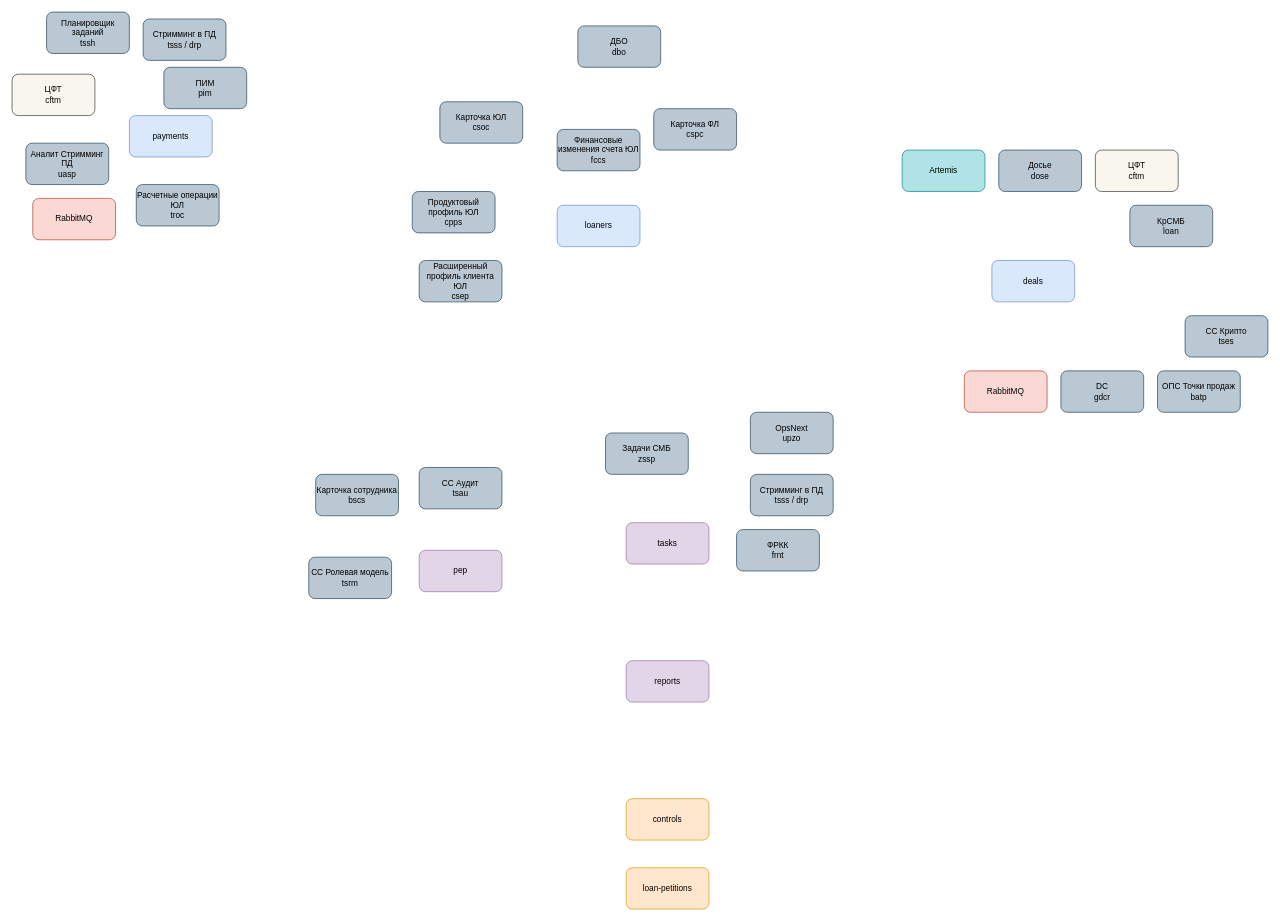
This is mcrs.vkkp.drawio from ram2406/my_draw_io_diagrams, a draw.io file, before an edit. Source tidied: cells renumbered, new cells numbered last; positions are measured from the earlier drawing's top-left corner, leaving out a move shared by most shapes. Both pictures are drawn from the tidied source at 69%, with x=0, y=0 at pixel (12, 12).
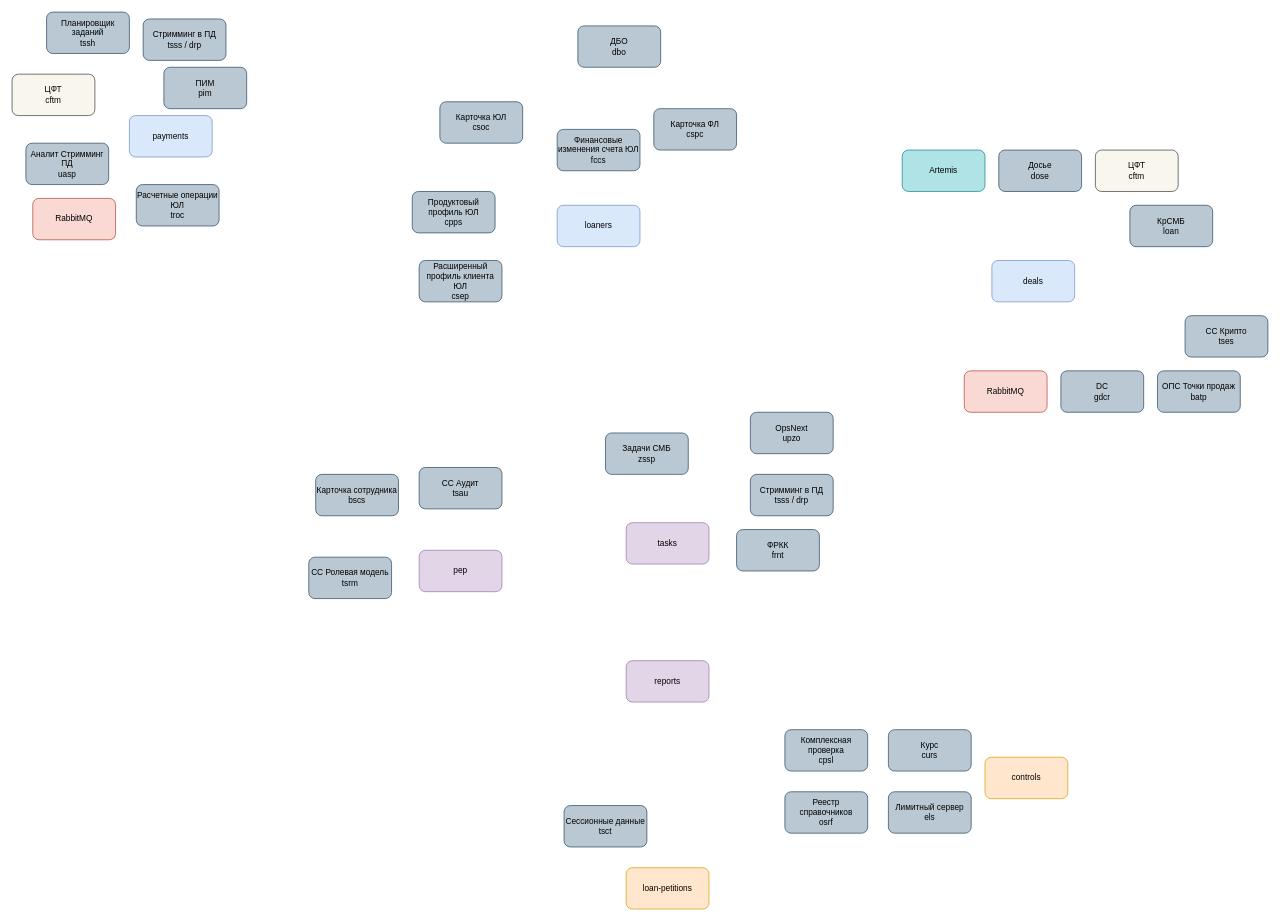
Above is the later version.

The edit, as a diff of the source:
```diff
@@
-    <mxCell id="2" value="&lt;div&gt;controls&lt;/div&gt;" style="rounded=1;whiteSpace=wrap;html=1;fillColor=#ffe6cc;strokeColor=#d79b00;" parent="1" vertex="1">
-      <mxGeometry x="890" y="1140" width="120" height="60" as="geometry" />
-    </mxCell>
@@
+    <mxCell id="43" style="group;" parent="1" vertex="1">
+      <mxGeometry x="1120" y="1040" width="410" height="150" as="geometry" />
+    </mxCell>
+    <mxCell id="2" value="&lt;div&gt;controls&lt;/div&gt;" style="rounded=1;whiteSpace=wrap;html=1;fillColor=#ffe6cc;strokeColor=#d79b00;" parent="43" vertex="1">
+      <mxGeometry x="290" y="40" width="120" height="60" as="geometry" />
+    </mxCell>
+    <mxCell id="44" value="&lt;div&gt;Реестр справочников&lt;/div&gt;&lt;div&gt;osrf&lt;br&gt;&lt;/div&gt;" style="rounded=1;whiteSpace=wrap;html=1;fillColor=#bac8d3;strokeColor=#23445d;" parent="43" vertex="1">
+      <mxGeometry y="90" width="120" height="60" as="geometry" />
+    </mxCell>
+    <mxCell id="45" value="&lt;div&gt;Комплексная проверка&lt;br&gt;&lt;/div&gt;cpsl" style="rounded=1;whiteSpace=wrap;html=1;fillColor=#bac8d3;strokeColor=#23445d;" parent="43" vertex="1">
+      <mxGeometry width="120" height="60" as="geometry" />
+    </mxCell>
+    <mxCell id="46" value="&lt;div&gt;Курс&lt;/div&gt;&lt;div&gt;curs&lt;br&gt;&lt;/div&gt;" style="rounded=1;whiteSpace=wrap;html=1;fillColor=#bac8d3;strokeColor=#23445d;" parent="43" vertex="1">
+      <mxGeometry x="150" width="120" height="60" as="geometry" />
+    </mxCell>
+    <mxCell id="47" value="&lt;div&gt;Лимитный сервер&lt;br&gt;&lt;/div&gt;els" style="rounded=1;whiteSpace=wrap;html=1;fillColor=#bac8d3;strokeColor=#23445d;" parent="43" vertex="1">
+      <mxGeometry x="150" y="90" width="120" height="60" as="geometry" />
+    </mxCell>
+    <mxCell id="48" value="&lt;div&gt;Сессионные данные&lt;br&gt;&lt;/div&gt;&lt;div&gt;tsct&lt;/div&gt;" style="rounded=1;whiteSpace=wrap;html=1;fillColor=#bac8d3;strokeColor=#23445d;" parent="1" vertex="1">
+      <mxGeometry x="800" y="1150" width="120" height="60" as="geometry" />
+    </mxCell>
```
